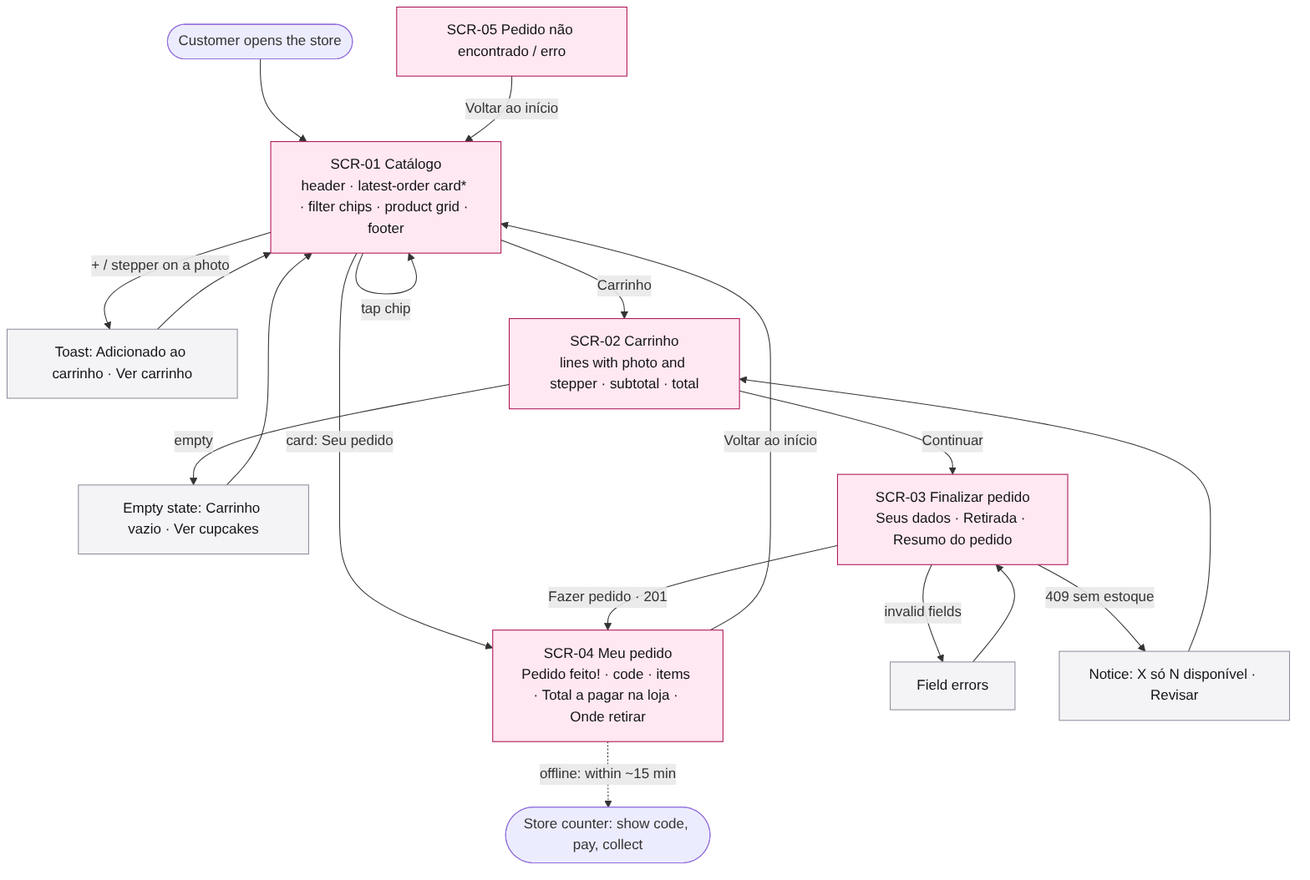
This is docs/diagrams/user-flows/user-flow.png from tiagopacedev/cupcake-app, a Mermaid export, as it was before one commit. Its source is kept beside it as docs/diagrams/user-flows/user-flow.mmd.
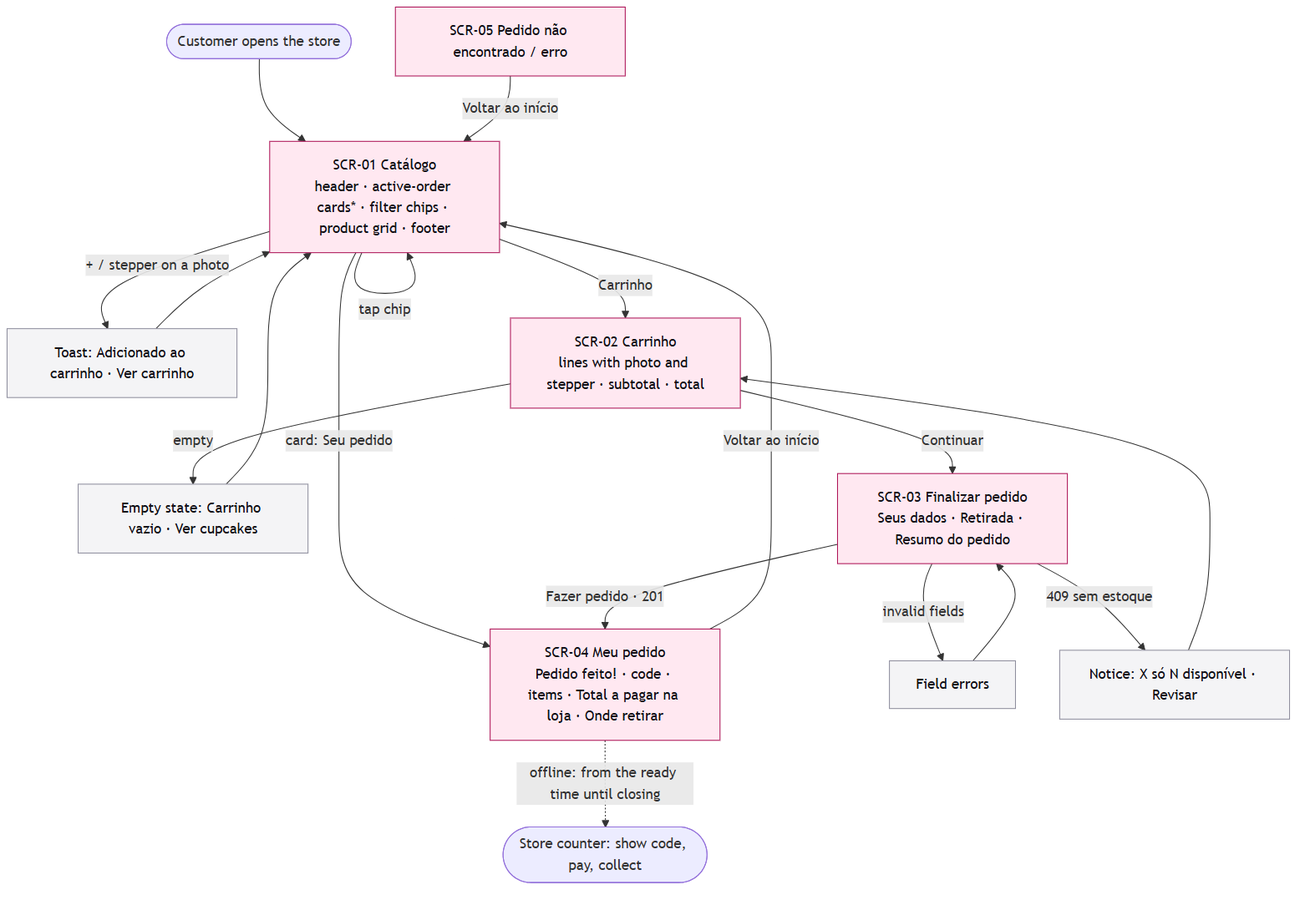
The same diagram one commit later.

Change to the diagram source:
```diff
@@ -1,6 +1,6 @@
 flowchart TD
   START([Customer opens the store]) --> CAT
-  CAT["SCR-01 Catálogo<br/>header · latest-order card* · filter chips · product grid · footer"]
+  CAT["SCR-01 Catálogo<br/>header · active-order cards* · filter chips · product grid · footer"]
   CAT -->|tap chip| CAT
   CAT -->|"+ / stepper on a photo"| TOAST["Toast: Adicionado ao carrinho · Ver carrinho"]
   TOAST --> CAT
@@ -18,7 +18,7 @@
   CHK -->|"Fazer pedido · 201"| ORDER
   ORDER["SCR-04 Meu pedido<br/>Pedido feito! · code · items · Total a pagar na loja · Onde retirar"]
   ORDER -->|Voltar ao início| CAT
-  ORDER -.->|"offline: within ~15 min"| STORE(["Store counter: show code, pay, collect"])
+  ORDER -.->|"offline: from the ready time until closing"| STORE(["Store counter: show code, pay, collect"])
   NF["SCR-05 Pedido não encontrado / erro"] -->|Voltar ao início| CAT
   classDef scr fill:#FFE8F1,stroke:#AD1457,color:#121117
   classDef st fill:#F4F4F6,stroke:#8F8E9E,color:#121117
```
